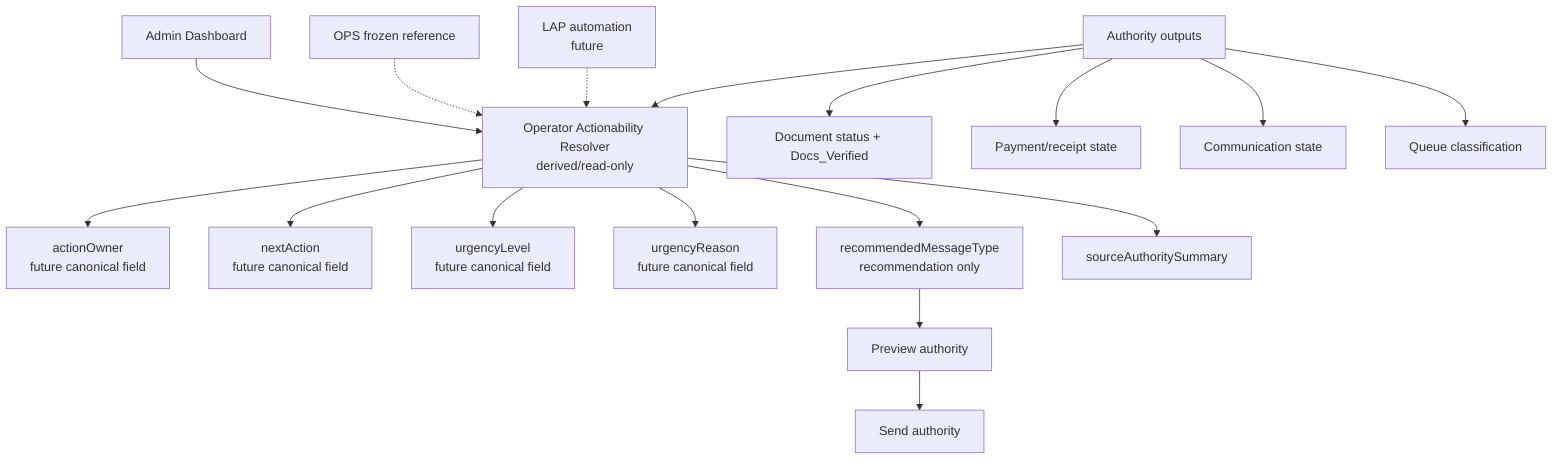
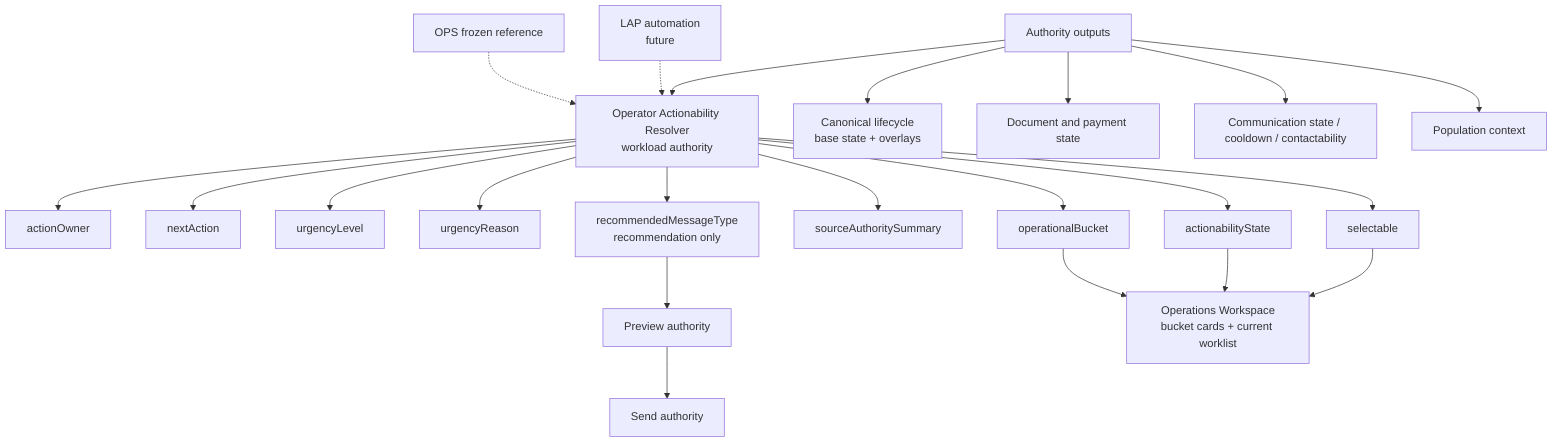
flowchart TD
-   A["Authority outputs"] --> B["Operator Actionability Resolver<br/>derived/read-only"]
-   A --> A1["Document status + Docs_Verified"]
-   A --> A2["Payment/receipt state"]
-   A --> A3["Communication state"]
-   A --> A4["Queue classification"]
+   A["Authority outputs"] --> B["Operator Actionability Resolver<br/>workload authority"]
+   A --> A1["Canonical lifecycle<br/>base state + overlays"]
+   A --> A2["Document and payment state"]
+   A --> A3["Communication state / cooldown / contactability"]
+   A --> A4["Population context"]

-   B --> C["actionOwner<br/>future canonical field"]
-   B --> D["nextAction<br/>future canonical field"]
-   B --> E["urgencyLevel<br/>future canonical field"]
-   B --> F["urgencyReason<br/>future canonical field"]
+   B --> C["actionOwner"]
+   B --> D["nextAction"]
+   B --> E["urgencyLevel"]
+   B --> F["urgencyReason"]
  B --> G["recommendedMessageType<br/>recommendation only"]
  B --> H["sourceAuthoritySummary"]
+   B --> H1["operationalBucket"]
+   B --> H2["actionabilityState"]
+   B --> H3["selectable"]

  G --> I["Preview authority"]
  I --> J["Send authority"]
-   K["Admin Dashboard"] --> B
+   H1 --> K["Operations Workspace<br/>bucket cards + current worklist"]
+   H2 --> K
+   H3 --> K
  L["OPS frozen reference"] -.-> B
  M["LAP automation<br/>future"] -.-> B
